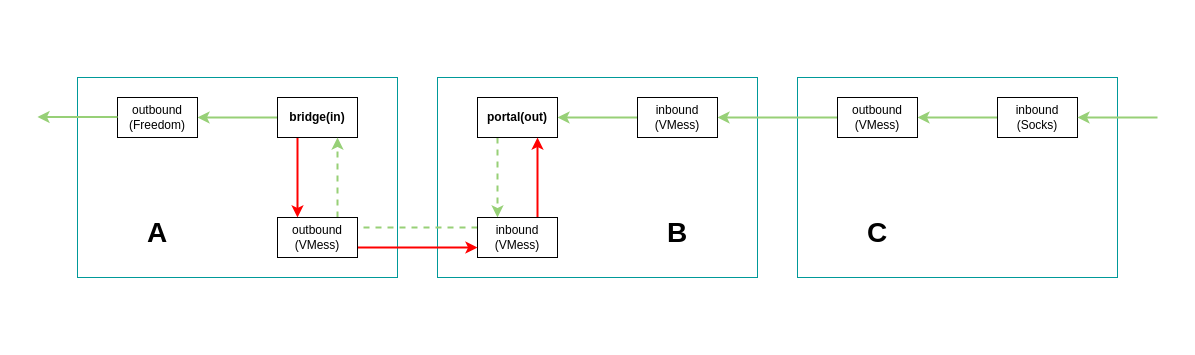
The draw.io diagram network_topology.drawio in ZiqingYip/moment, before the edit. Source tidied: cells renumbered, new cells numbered last; positions are measured from the earlier drawing's top-left corner, leaving out a move shared by most shapes. Both pictures are drawn from the tidied source at 100%, with x=0, y=0 at pixel (37, 77).
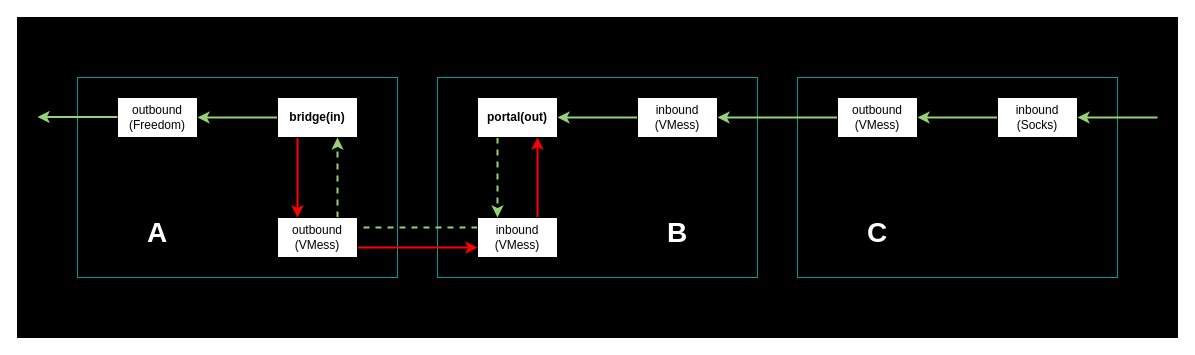
The same page after the edit.

What changed in the source:
```diff
@@
+    <mxCell id="28" style="rounded=0;whiteSpace=wrap;html=1;fillColor=#000000;" parent="1" vertex="1">
+      <mxGeometry x="-20" y="-60" width="1160" height="320" as="geometry" />
+    </mxCell>
@@
-    <mxCell id="25" value="&lt;b&gt;&lt;font style=&quot;font-size: 28px;&quot;&gt;A&lt;/font&gt;&lt;/b&gt;" style="text;html=1;strokeColor=none;fillColor=none;align=center;verticalAlign=middle;whiteSpace=wrap;rounded=0;" parent="1" vertex="1">
+    <mxCell id="25" value="&lt;b&gt;&lt;font color=&quot;#ffffff&quot; style=&quot;font-size: 28px;&quot;&gt;A&lt;/font&gt;&lt;/b&gt;" style="text;html=1;strokeColor=none;fillColor=none;align=center;verticalAlign=middle;whiteSpace=wrap;rounded=0;" parent="1" vertex="1">
       <mxGeometry x="90" y="140" width="60" height="30" as="geometry" />
     </mxCell>
-    <mxCell id="26" value="&lt;b&gt;&lt;font style=&quot;font-size: 28px;&quot;&gt;B&lt;/font&gt;&lt;/b&gt;" style="text;html=1;strokeColor=none;fillColor=none;align=center;verticalAlign=middle;whiteSpace=wrap;rounded=0;" parent="1" vertex="1">
+    <mxCell id="26" value="&lt;b&gt;&lt;font color=&quot;#ffffff&quot; style=&quot;font-size: 28px;&quot;&gt;B&lt;/font&gt;&lt;/b&gt;" style="text;html=1;strokeColor=none;fillColor=none;align=center;verticalAlign=middle;whiteSpace=wrap;rounded=0;" parent="1" vertex="1">
       <mxGeometry x="610" y="140" width="60" height="30" as="geometry" />
     </mxCell>
-    <mxCell id="27" value="&lt;b&gt;&lt;font style=&quot;font-size: 28px;&quot;&gt;C&lt;/font&gt;&lt;/b&gt;" style="text;html=1;strokeColor=none;fillColor=none;align=center;verticalAlign=middle;whiteSpace=wrap;rounded=0;" parent="1" vertex="1">
+    <mxCell id="27" value="&lt;b&gt;&lt;font color=&quot;#ffffff&quot; style=&quot;font-size: 28px;&quot;&gt;C&lt;/font&gt;&lt;/b&gt;" style="text;html=1;strokeColor=none;fillColor=none;align=center;verticalAlign=middle;whiteSpace=wrap;rounded=0;" parent="1" vertex="1">
       <mxGeometry x="810" y="140" width="60" height="30" as="geometry" />
     </mxCell>
```
